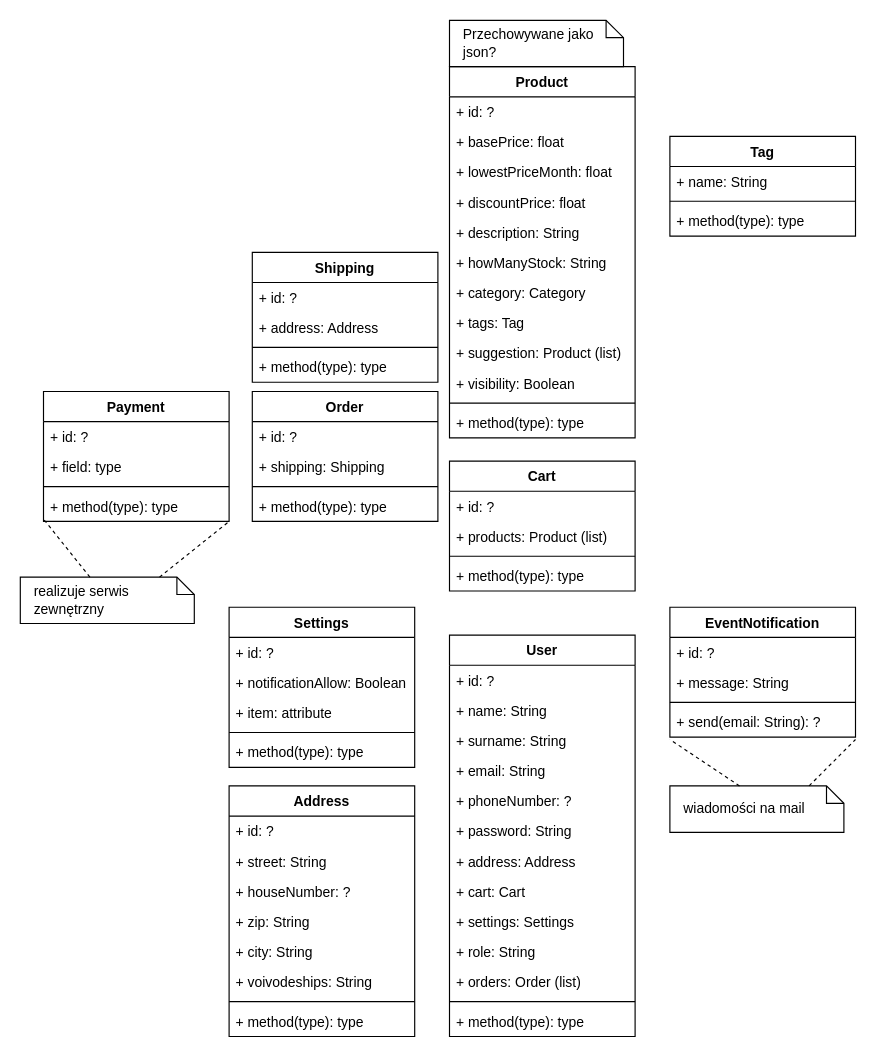
Above: Diagram bez tytułu.drawio in Wadowski-Mateusz/TO_project (draw.io), before the change. Source tidied: cells renumbered, new cells numbered last; positions are measured from the earlier drawing's top-left corner, leaving out a move shared by most shapes. Both pictures are drawn from the tidied source at 116%, with x=0, y=0 at pixel (20, 20).
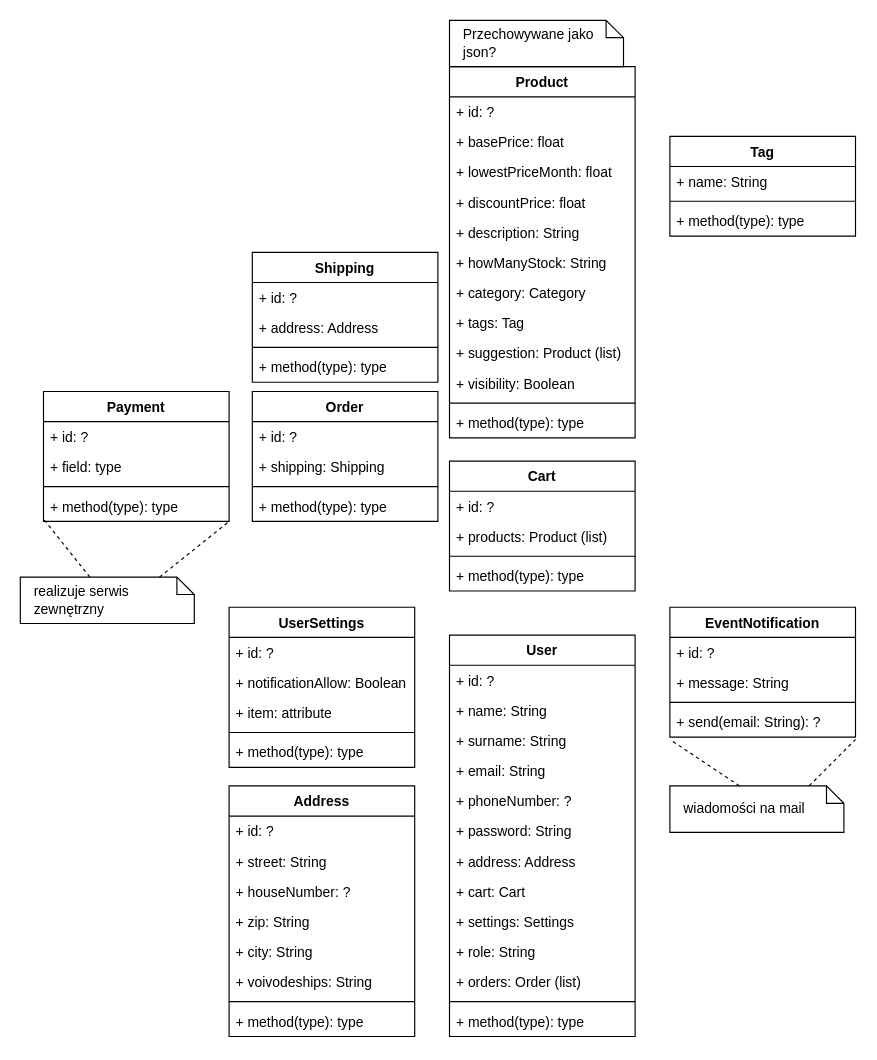
Above is the later version.

The edit, as a diff of the source:
```diff
@@
-    <mxCell id="48" value="Settings" style="swimlane;fontStyle=1;align=center;verticalAlign=top;horizontal=1;startSize=26;" parent="1" vertex="1">
+    <mxCell id="48" value="UserSettings" style="swimlane;fontStyle=1;align=center;verticalAlign=top;horizontal=1;startSize=26;" parent="1" vertex="1">
       <mxGeometry x="180" y="506" width="160" height="138" as="geometry" />
     </mxCell>
```
